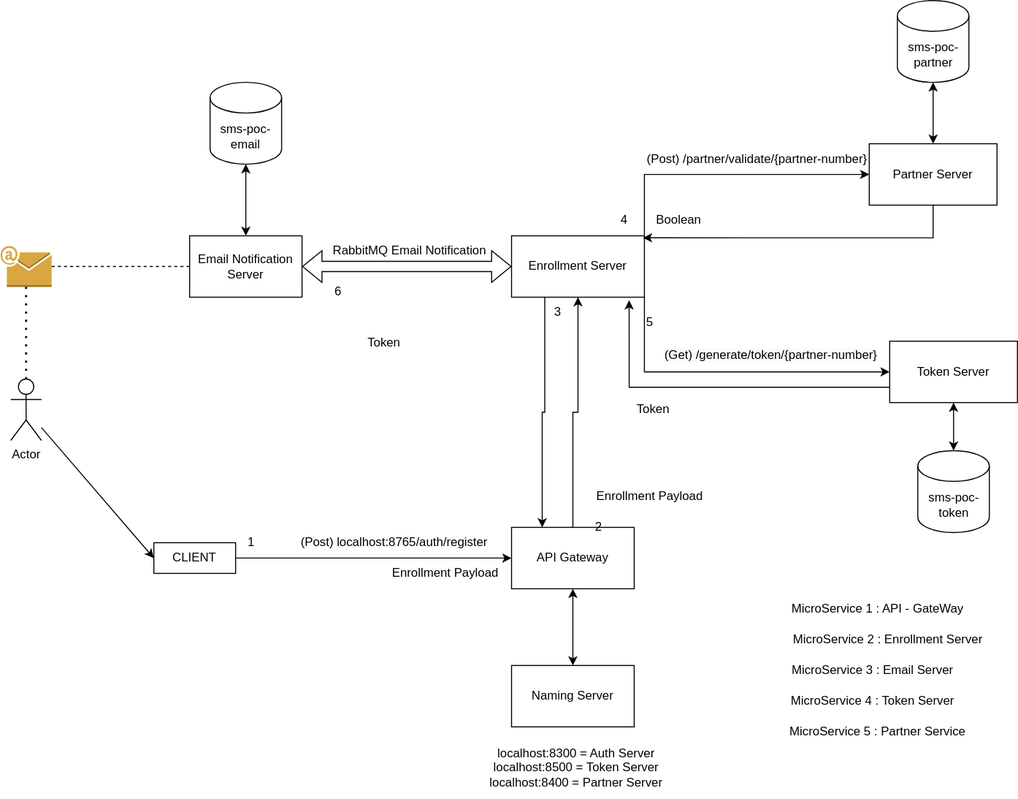
miit-netweb/SMS-POC-API-Gateway keeps this draw.io diagram as api-gateway/src/main/Untitled Diagram.drawio.svg. Above is the earlier version. Source tidied: cells renumbered, new cells last; positions are measured from the earlier drawing's top-left corner, leaving out a move shared by most shapes.
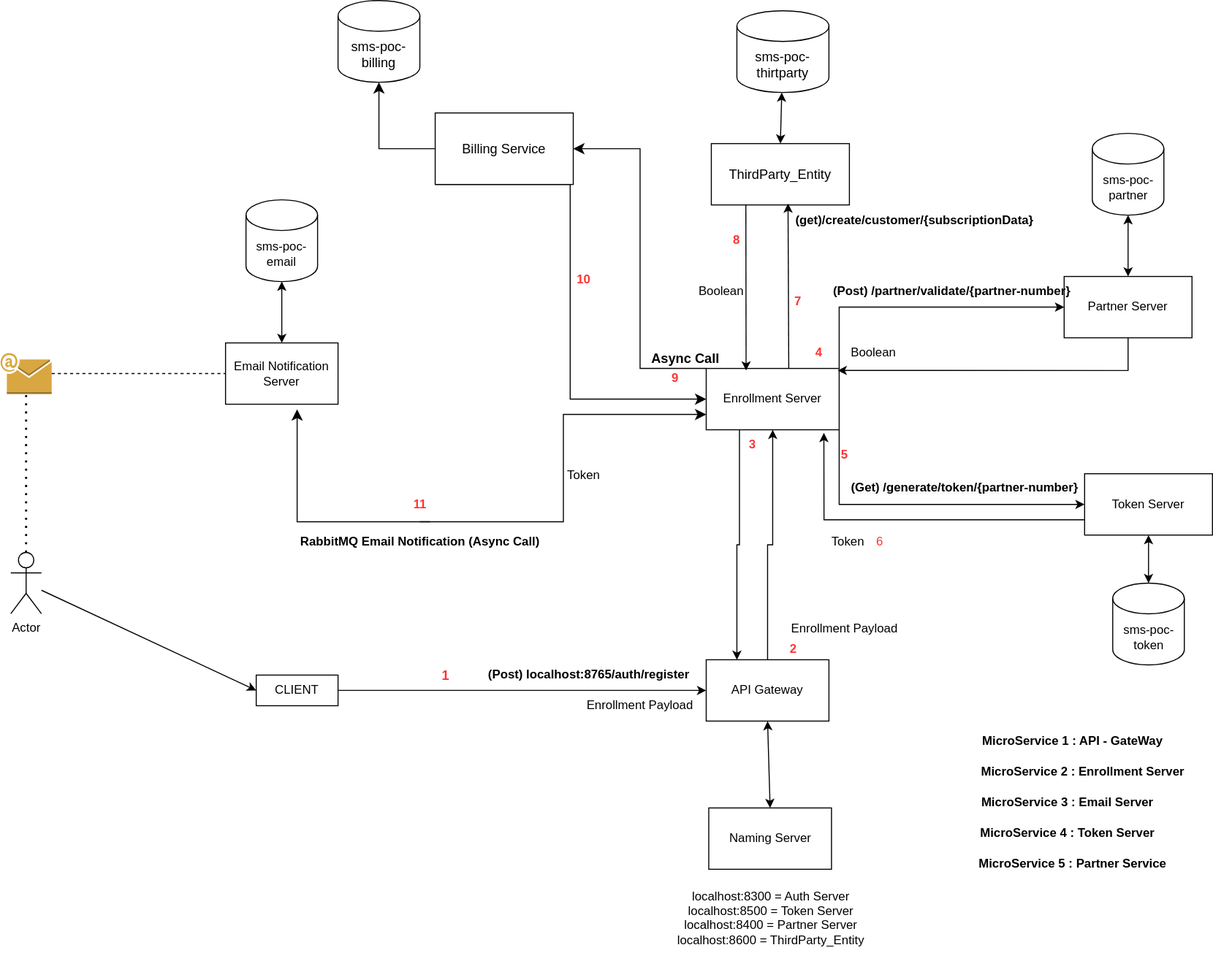
After the commit.

Diff of the diagram source:
```diff
@@ -21,10 +21,10 @@
       <mxGeometry x="500" y="230" width="130" height="60" as="geometry" />
     </mxCell>
     <mxCell id="8" value="Naming Server" style="rounded=0;whiteSpace=wrap;html=1;" parent="1" vertex="1">
-      <mxGeometry x="500" y="650" width="120" height="60" as="geometry" />
+      <mxGeometry x="502.5" y="660" width="120" height="60" as="geometry" />
     </mxCell>
     <mxCell id="9" value="Email Notification Server" style="rounded=0;whiteSpace=wrap;html=1;" parent="1" vertex="1">
-      <mxGeometry x="185" y="230" width="110" height="60" as="geometry" />
+      <mxGeometry x="30" y="205" width="110" height="60" as="geometry" />
     </mxCell>
     <mxCell id="10" style="edgeStyle=orthogonalEdgeStyle;rounded=0;jettySize=auto;html=1;entryX=0;entryY=0.5;entryDx=0;entryDy=0;exitX=1;exitY=0.5;exitDx=0;exitDy=0;" parent="1" edge="1" source="11" target="3">
       <mxGeometry relative="1" as="geometry">
@@ -35,30 +35,30 @@
       </mxGeometry>
     </mxCell>
     <mxCell id="11" value="CLIENT" style="rounded=0;whiteSpace=wrap;html=1;" parent="1" vertex="1">
-      <mxGeometry x="150" y="530" width="80" height="30" as="geometry" />
+      <mxGeometry x="60" y="530" width="80" height="30" as="geometry" />
     </mxCell>
     <mxCell id="12" style="endArrow=classic;startArrow=classic;html=1;rounded=0;entryX=0.5;entryY=1;entryDx=0;entryDy=0;exitX=0.5;exitY=0;exitDx=0;exitDy=0;" parent="1" edge="1" source="8" target="3">
       <mxGeometry relative="1" as="geometry" />
     </mxCell>
-    <mxCell id="13" value="1" style="text;html=1;align=center;verticalAlign=middle;strokeColor=none;fillColor=none;" parent="1" vertex="1">
+    <mxCell id="13" value="&lt;b&gt;&lt;font color=&quot;#ff3333&quot; style=&quot;font-size: 13px;&quot;&gt;1&lt;/font&gt;&lt;/b&gt;" style="text;html=1;align=center;verticalAlign=middle;strokeColor=none;fillColor=none;" parent="1" vertex="1">
       <mxGeometry x="230" y="515" width="30" height="30" as="geometry" />
     </mxCell>
     <mxCell id="14" value="Enrollment Payload" style="text;html=1;align=center;verticalAlign=middle;strokeColor=none;fillColor=none;" parent="1" vertex="1">
       <mxGeometry x="370" y="545" width="130" height="30" as="geometry" />
     </mxCell>
-    <mxCell id="15" value="localhost:8300 = Auth Server&lt;div&gt;localhost:8500 = Token Server&lt;/div&gt;&lt;div&gt;localhost:8400 = Partner Server&lt;/div&gt;" style="text;html=1;align=center;verticalAlign=middle;strokeColor=none;fillColor=none;" parent="1" vertex="1">
-      <mxGeometry x="467.5" y="720" width="190" height="60" as="geometry" />
+    <mxCell id="15" value="localhost:8300 = Auth Server&lt;div&gt;localhost:8500 = Token Server&lt;/div&gt;&lt;div&gt;localhost:8400 = Partner Server&lt;/div&gt;&lt;div&gt;localhost:8600 = ThirdParty_Entity&lt;/div&gt;&lt;div&gt;&amp;nbsp;&lt;/div&gt;" style="text;html=1;align=center;verticalAlign=middle;strokeColor=none;fillColor=none;" parent="1" vertex="1">
+      <mxGeometry x="457.5" y="730" width="210" height="90" as="geometry" />
     </mxCell>
-    <mxCell id="16" value="(Post) localhost:8765/auth/register" style="text;html=1;align=center;verticalAlign=middle;strokeColor=none;fillColor=none;" parent="1" vertex="1">
-      <mxGeometry x="280" y="515" width="210" height="30" as="geometry" />
+    <mxCell id="16" value="&lt;b&gt;(Post) localhost:8765/auth/register&lt;/b&gt;" style="text;html=1;align=center;verticalAlign=middle;strokeColor=none;fillColor=none;" parent="1" vertex="1">
+      <mxGeometry x="275" y="515" width="220" height="30" as="geometry" />
     </mxCell>
-    <mxCell id="17" value="2" style="text;html=1;align=center;verticalAlign=middle;strokeColor=none;fillColor=none;" parent="1" vertex="1">
-      <mxGeometry x="570" y="500" width="30" height="30" as="geometry" />
+    <mxCell id="17" value="&lt;b&gt;&lt;font color=&quot;#ff3333&quot;&gt;2&lt;/font&gt;&lt;/b&gt;" style="text;html=1;align=center;verticalAlign=middle;strokeColor=none;fillColor=none;" parent="1" vertex="1">
+      <mxGeometry x="570" y="490" width="30" height="30" as="geometry" />
     </mxCell>
     <mxCell id="18" value="Enrollment Payload" style="text;html=1;align=center;verticalAlign=middle;strokeColor=none;fillColor=none;" parent="1" vertex="1">
       <mxGeometry x="570" y="470" width="130" height="30" as="geometry" />
     </mxCell>
-    <mxCell id="19" value="3" style="text;html=1;align=center;verticalAlign=middle;strokeColor=none;fillColor=none;" parent="1" vertex="1">
+    <mxCell id="19" value="&lt;b&gt;&lt;font color=&quot;#ff3333&quot;&gt;3&lt;/font&gt;&lt;/b&gt;" style="text;html=1;align=center;verticalAlign=middle;strokeColor=none;fillColor=none;" parent="1" vertex="1">
       <mxGeometry x="530" y="290" width="30" height="30" as="geometry" />
     </mxCell>
     <mxCell id="20" value="sms-poc-partner" style="shape=cylinder3;whiteSpace=wrap;html=1;boundedLbl=1;backgroundOutline=1;size=15;" parent="1" vertex="1">
@@ -67,20 +67,14 @@
     <mxCell id="21" style="endArrow=classic;startArrow=classic;html=1;rounded=0;entryX=0.5;entryY=1;entryDx=0;entryDy=0;entryPerimeter=0;exitX=0.5;exitY=0;exitDx=0;exitDy=0;" parent="1" edge="1" source="36" target="20">
       <mxGeometry relative="1" as="geometry" />
     </mxCell>
-    <mxCell id="22" style="shape=flexArrow;endArrow=classic;startArrow=classic;html=1;rounded=0;entryX=0;entryY=0.5;entryDx=0;entryDy=0;exitX=1;exitY=0.5;exitDx=0;exitDy=0;" parent="1" edge="1" source="9" target="7">
-      <mxGeometry relative="1" as="geometry" />
-    </mxCell>
-    <mxCell id="23" value="RabbitMQ Email Notification" style="text;html=1;align=center;verticalAlign=middle;strokeColor=none;fillColor=none;" parent="1" vertex="1">
-      <mxGeometry x="315" y="230" width="170" height="30" as="geometry" />
+    <mxCell id="23" value="&lt;b&gt;&lt;font style=&quot;font-size: 12px;&quot;&gt;RabbitMQ Email Notification (Async Call)&lt;/font&gt;&lt;/b&gt;" style="text;html=1;align=center;verticalAlign=middle;strokeColor=none;fillColor=none;" parent="1" vertex="1">
+      <mxGeometry x="90" y="385" width="260" height="30" as="geometry" />
     </mxCell>
-    <mxCell id="24" value="6" style="text;html=1;align=center;verticalAlign=middle;strokeColor=none;fillColor=none;" parent="1" vertex="1">
-      <mxGeometry x="315" y="270" width="30" height="30" as="geometry" />
-    </mxCell>
     <mxCell id="25" style="outlineConnect=0;dashed=0;verticalLabelPosition=bottom;verticalAlign=top;align=center;html=1;shape=mxgraph.aws3.email;fillColor=#D9A741;gradientColor=none;" parent="1" vertex="1">
-      <mxGeometry y="240" width="50" height="40" as="geometry" />
+      <mxGeometry x="-190" y="215" width="50" height="40" as="geometry" />
     </mxCell>
     <mxCell id="26" value="Actor" style="shape=umlActor;verticalLabelPosition=bottom;verticalAlign=top;html=1;outlineConnect=0;" parent="1" vertex="1">
-      <mxGeometry x="10" y="370" width="30" height="60" as="geometry" />
+      <mxGeometry x="-180" y="410" width="30" height="60" as="geometry" />
     </mxCell>
     <mxCell id="27" style="endArrow=classic;html=1;rounded=0;entryX=0;entryY=0.5;entryDx=0;entryDy=0;" parent="1" edge="1" source="26" target="11">
       <mxGeometry relative="1" as="geometry" />
@@ -92,16 +86,16 @@
       <mxGeometry relative="1" as="geometry" />
     </mxCell>
     <mxCell id="30" value="Token" style="text;html=1;align=center;verticalAlign=middle;strokeColor=none;fillColor=none;" parent="1" vertex="1">
-      <mxGeometry x="345" y="320" width="60" height="30" as="geometry" />
+      <mxGeometry x="350" y="320" width="60" height="30" as="geometry" />
     </mxCell>
-    <mxCell id="31" value="MicroService 1 : API - GateWay" style="text;html=1;align=center;verticalAlign=middle;strokeColor=none;fillColor=none;" parent="1" vertex="1">
-      <mxGeometry x="762.5" y="580" width="190" height="30" as="geometry" />
+    <mxCell id="31" value="&lt;b&gt;MicroService 1 : API - GateWay&lt;/b&gt;" style="text;html=1;align=center;verticalAlign=middle;strokeColor=none;fillColor=none;" parent="1" vertex="1">
+      <mxGeometry x="757.5" y="580" width="200" height="30" as="geometry" />
     </mxCell>
-    <mxCell id="32" value="MicroService 2 : Enrollment Server" style="text;html=1;align=center;verticalAlign=middle;strokeColor=none;fillColor=none;" parent="1" vertex="1">
-      <mxGeometry x="762.5" y="610" width="210" height="30" as="geometry" />
+    <mxCell id="32" value="&lt;b&gt;MicroService 2 : Enrollment Server&lt;/b&gt;" style="text;html=1;align=center;verticalAlign=middle;strokeColor=none;fillColor=none;" parent="1" vertex="1">
+      <mxGeometry x="757.5" y="610" width="220" height="30" as="geometry" />
     </mxCell>
-    <mxCell id="33" value="MicroService 3 : Email Server" style="text;html=1;align=center;verticalAlign=middle;strokeColor=none;fillColor=none;" parent="1" vertex="1">
-      <mxGeometry x="762.5" y="640" width="180" height="30" as="geometry" />
+    <mxCell id="33" value="&lt;b&gt;MicroService 3 : Email Server&lt;/b&gt;" style="text;html=1;align=center;verticalAlign=middle;strokeColor=none;fillColor=none;" parent="1" vertex="1">
+      <mxGeometry x="757.5" y="640" width="190" height="30" as="geometry" />
     </mxCell>
     <mxCell id="34" style="edgeStyle=orthogonalEdgeStyle;rounded=0;jettySize=auto;html=1;exitX=0;exitY=0.75;exitDx=0;exitDy=0;entryX=0.885;entryY=1.05;entryDx=0;entryDy=0;entryPerimeter=0;" parent="1" edge="1" source="35" target="7">
       <mxGeometry relative="1" as="geometry" />
@@ -112,10 +106,10 @@
     <mxCell id="36" value="Partner Server" style="rounded=0;whiteSpace=wrap;html=1;" parent="1" vertex="1">
       <mxGeometry x="850" y="140" width="125" height="60" as="geometry" />
     </mxCell>
-    <mxCell id="37" value="(Post) /partner/validate/{partner-number}" style="text;html=1;align=center;verticalAlign=middle;strokeColor=none;fillColor=none;" parent="1" vertex="1">
-      <mxGeometry x="620" y="140" width="240" height="30" as="geometry" />
+    <mxCell id="37" value="&lt;b&gt;(Post) /partner/validate/{partner-number}&lt;/b&gt;" style="text;html=1;align=center;verticalAlign=middle;strokeColor=none;fillColor=none;" parent="1" vertex="1">
+      <mxGeometry x="610" y="140" width="260" height="30" as="geometry" />
     </mxCell>
-    <mxCell id="38" value="4" style="text;html=1;align=center;verticalAlign=middle;points=[];strokeColor=none;fillColor=none;" parent="1" vertex="1">
+    <mxCell id="38" value="&lt;b&gt;&lt;font color=&quot;#ff3333&quot;&gt;4&lt;/font&gt;&lt;/b&gt;" style="text;html=1;align=center;verticalAlign=middle;points=[];strokeColor=none;fillColor=none;" parent="1" vertex="1">
       <mxGeometry x="595" y="200" width="30" height="30" as="geometry" />
     </mxCell>
     <mxCell id="39" style="edgeStyle=orthogonalEdgeStyle;rounded=0;jettySize=auto;html=1;exitX=0.5;exitY=1;exitDx=0;exitDy=0;entryX=1.118;entryY=1.065;entryDx=0;entryDy=0;entryPerimeter=0;" parent="1" edge="1" source="36" target="38">
@@ -124,11 +118,11 @@
     <mxCell id="40" value="Boolean&amp;nbsp;" style="text;html=1;align=center;verticalAlign=middle;strokeColor=none;fillColor=none;" parent="1" vertex="1">
       <mxGeometry x="630" y="200" width="70" height="30" as="geometry" />
     </mxCell>
-    <mxCell id="41" value="5" style="text;html=1;align=center;verticalAlign=middle;strokeColor=none;fillColor=none;" parent="1" vertex="1">
+    <mxCell id="41" value="&lt;b&gt;&lt;font color=&quot;#ff3333&quot;&gt;5&lt;/font&gt;&lt;/b&gt;" style="text;html=1;align=center;verticalAlign=middle;strokeColor=none;fillColor=none;" parent="1" vertex="1">
       <mxGeometry x="620" y="300" width="30" height="30" as="geometry" />
     </mxCell>
-    <mxCell id="42" value="&lt;span style=&quot;color: rgb(0, 0, 0); font-family: Helvetica; font-size: 12px; font-style: normal; font-variant-ligatures: normal; font-variant-caps: normal; font-weight: 400; letter-spacing: normal; orphans: 2; text-align: center; text-indent: 0px; text-transform: none; widows: 2; word-spacing: 0px; -webkit-text-stroke-width: 0px; white-space: nowrap; background-color: rgb(251, 251, 251); text-decoration-thickness: initial; text-decoration-style: initial; text-decoration-color: initial; display: inline !important; float: none;&quot;&gt;(Get) /generate/token/{partner-number}&lt;/span&gt;" style="text;whiteSpace=wrap;html=1;" parent="1" vertex="1">
-      <mxGeometry x="647.5" y="333" width="250" height="40" as="geometry" />
+    <mxCell id="42" value="&lt;span style=&quot;color: rgb(0, 0, 0); font-family: Helvetica; font-size: 12px; font-style: normal; font-variant-ligatures: normal; font-variant-caps: normal; letter-spacing: normal; orphans: 2; text-align: center; text-indent: 0px; text-transform: none; widows: 2; word-spacing: 0px; -webkit-text-stroke-width: 0px; white-space: nowrap; background-color: rgb(251, 251, 251); text-decoration-thickness: initial; text-decoration-style: initial; text-decoration-color: initial; float: none; display: inline !important;&quot;&gt;&lt;b&gt;(Get) /generate/token/{partner-number}&lt;/b&gt;&lt;/span&gt;" style="text;whiteSpace=wrap;html=1;" parent="1" vertex="1">
+      <mxGeometry x="640" y="333" width="257.5" height="40" as="geometry" />
     </mxCell>
     <mxCell id="43" value="sms-poc-token" style="shape=cylinder3;whiteSpace=wrap;html=1;boundedLbl=1;backgroundOutline=1;size=15;" parent="1" vertex="1">
       <mxGeometry x="897.5" y="440" width="70" height="80" as="geometry" />
@@ -139,17 +133,90 @@
     <mxCell id="45" value="Token&amp;nbsp;" style="text;html=1;align=center;verticalAlign=middle;strokeColor=none;fillColor=none;" parent="1" vertex="1">
       <mxGeometry x="610" y="385" width="60" height="30" as="geometry" />
     </mxCell>
-    <mxCell id="46" value="MicroService 4 : Token Server" style="text;html=1;align=center;verticalAlign=middle;strokeColor=none;fillColor=none;" parent="1" vertex="1">
-      <mxGeometry x="762.5" y="670" width="180" height="30" as="geometry" />
+    <mxCell id="46" value="&lt;b&gt;MicroService 4 : Token Server&lt;/b&gt;" style="text;html=1;align=center;verticalAlign=middle;strokeColor=none;fillColor=none;" parent="1" vertex="1">
+      <mxGeometry x="757.5" y="670" width="190" height="30" as="geometry" />
     </mxCell>
-    <mxCell id="47" value="MicroService 5 : Partner Service" style="text;html=1;align=center;verticalAlign=middle;strokeColor=none;fillColor=none;" parent="1" vertex="1">
-      <mxGeometry x="757.5" y="700" width="200" height="30" as="geometry" />
+    <mxCell id="47" value="&lt;b&gt;MicroService 5 : Partner Service&lt;/b&gt;" style="text;html=1;align=center;verticalAlign=middle;strokeColor=none;fillColor=none;" parent="1" vertex="1">
+      <mxGeometry x="752.5" y="700" width="210" height="30" as="geometry" />
     </mxCell>
     <mxCell id="48" value="sms-poc-email" style="shape=cylinder3;whiteSpace=wrap;html=1;boundedLbl=1;backgroundOutline=1;size=15;" parent="1" vertex="1">
-      <mxGeometry x="205" y="80" width="70" height="80" as="geometry" />
+      <mxGeometry x="50" y="65" width="70" height="80" as="geometry" />
     </mxCell>
     <mxCell id="49" style="endArrow=classic;startArrow=classic;html=1;rounded=0;entryX=0.5;entryY=1;entryDx=0;entryDy=0;entryPerimeter=0;exitX=0.5;exitY=0;exitDx=0;exitDy=0;" parent="1" edge="1" source="9" target="48">
       <mxGeometry relative="1" as="geometry" />
     </mxCell>
+    <mxCell id="50" value="&lt;font style=&quot;font-size: 13px;&quot;&gt;ThirdParty_Entity&lt;/font&gt;" style="rounded=0;whiteSpace=wrap;html=1;" parent="1" vertex="1">
+      <mxGeometry x="505" y="10" width="135" height="60" as="geometry" />
+    </mxCell>
+    <mxCell id="51" style="endArrow=classic;startArrow=classic;html=1;rounded=0;exitX=0.5;exitY=0;exitDx=0;exitDy=0;" parent="1" edge="1" source="50" target="52">
+      <mxGeometry relative="1" as="geometry" />
+    </mxCell>
+    <mxCell id="52" value="&lt;font style=&quot;font-size: 13px;&quot;&gt;sms-poc-thirtparty&lt;/font&gt;" style="shape=cylinder3;whiteSpace=wrap;html=1;boundedLbl=1;backgroundOutline=1;size=15;" parent="1" vertex="1">
+      <mxGeometry x="530" y="-120" width="90" height="80" as="geometry" />
+    </mxCell>
+    <mxCell id="53" style="endArrow=classic;html=1;rounded=0;entryX=0.402;entryY=0.944;entryDx=0;entryDy=0;entryPerimeter=0;" parent="1" edge="1">
+      <mxGeometry relative="1" as="geometry">
+        <mxPoint x="580.7" y="230" as="sourcePoint" />
+        <mxPoint x="580" y="68.6" as="targetPoint" />
+      </mxGeometry>
+    </mxCell>
+    <mxCell id="24" value="&lt;font color=&quot;#ff3333&quot;&gt;6&lt;/font&gt;" style="text;html=1;align=center;verticalAlign=middle;whiteSpace=wrap;rounded=0;" parent="1" vertex="1">
+      <mxGeometry x="640" y="385" width="60" height="30" as="geometry" />
+    </mxCell>
+    <mxCell id="54" value="&lt;b&gt;&lt;font color=&quot;#ff3333&quot;&gt;7&lt;/font&gt;&lt;/b&gt;" style="text;html=1;align=center;verticalAlign=middle;whiteSpace=wrap;rounded=0;" parent="1" vertex="1">
+      <mxGeometry x="560" y="150" width="60" height="30" as="geometry" />
+    </mxCell>
+    <mxCell id="55" value="&lt;b&gt;(get)/create/customer/{subscriptionData}&lt;/b&gt;" style="text;html=1;align=center;verticalAlign=middle;whiteSpace=wrap;rounded=0;rotation=0;" parent="1" vertex="1">
+      <mxGeometry x="690" y="70" width="27.5" height="30" as="geometry" />
+    </mxCell>
+    <mxCell id="56" style="endArrow=classic;html=1;rounded=0;exitX=0.25;exitY=1;exitDx=0;exitDy=0;" parent="1" edge="1" source="50">
+      <mxGeometry relative="1" as="geometry">
+        <mxPoint x="539" y="232" as="targetPoint" />
+      </mxGeometry>
+    </mxCell>
+    <mxCell id="57" value="&lt;b&gt;&lt;font color=&quot;#ff3333&quot;&gt;8&lt;/font&gt;&lt;/b&gt;" style="text;html=1;align=center;verticalAlign=middle;whiteSpace=wrap;rounded=0;" parent="1" vertex="1">
+      <mxGeometry x="490" y="90" width="80" height="30" as="geometry" />
+    </mxCell>
+    <mxCell id="58" value="Boolean" style="text;html=1;align=center;verticalAlign=middle;whiteSpace=wrap;rounded=0;" parent="1" vertex="1">
+      <mxGeometry x="485" y="140" width="60" height="30" as="geometry" />
+    </mxCell>
+    <mxCell id="59" style="edgeStyle=elbowEdgeStyle;elbow=horizontal;endArrow=classic;html=1;curved=0;rounded=0;endSize=8;startSize=8;exitX=0;exitY=0;exitDx=0;exitDy=0;entryX=1;entryY=0.5;entryDx=0;entryDy=0;" parent="1" edge="1" source="7" target="61">
+      <mxGeometry relative="1" as="geometry" />
+    </mxCell>
+    <mxCell id="60" value="&lt;b&gt;&lt;font color=&quot;#ff3333&quot;&gt;9&lt;/font&gt;&lt;/b&gt;" style="text;html=1;align=center;verticalAlign=middle;whiteSpace=wrap;rounded=0;" parent="1" vertex="1">
+      <mxGeometry x="440" y="215" width="60" height="50" as="geometry" />
+    </mxCell>
+    <mxCell id="61" value="&lt;font style=&quot;font-size: 13px;&quot;&gt;Billing Service&lt;/font&gt;" style="rounded=0;whiteSpace=wrap;html=1;" parent="1" vertex="1">
+      <mxGeometry x="235" y="-20" width="135" height="70" as="geometry" />
+    </mxCell>
+    <mxCell id="62" style="edgeStyle=segmentEdgeStyle;endArrow=classic;html=1;curved=0;rounded=0;endSize=8;startSize=8;exitX=0;exitY=0.5;exitDx=0;exitDy=0;" parent="1" edge="1" source="61" target="63">
+      <mxGeometry relative="1" as="geometry" />
+    </mxCell>
+    <mxCell id="63" value="&lt;font style=&quot;font-size: 13px;&quot;&gt;sms-poc-billing&lt;/font&gt;" style="shape=cylinder3;whiteSpace=wrap;html=1;boundedLbl=1;backgroundOutline=1;size=15;" parent="1" vertex="1">
+      <mxGeometry x="140" y="-130" width="80" height="80" as="geometry" />
+    </mxCell>
+    <mxCell id="64" style="edgeStyle=elbowEdgeStyle;elbow=horizontal;endArrow=classic;html=1;curved=0;rounded=0;endSize=8;startSize=8;entryX=0;entryY=0.5;entryDx=0;entryDy=0;exitX=0;exitY=1;exitDx=0;exitDy=0;" parent="1" edge="1" source="61" target="7">
+      <mxGeometry relative="1" as="geometry" />
+    </mxCell>
+    <mxCell id="65" value="&lt;b&gt;&lt;font color=&quot;#ff3333&quot;&gt;10&lt;/font&gt;&lt;/b&gt;" style="text;html=1;align=center;verticalAlign=middle;strokeColor=none;fillColor=none;" parent="1" vertex="1">
+      <mxGeometry x="360" y="128" width="40" height="30" as="geometry" />
+    </mxCell>
+    <mxCell id="66" value="&lt;b&gt;&lt;font style=&quot;font-size: 13px;&quot;&gt;Async Call&lt;/font&gt;&lt;/b&gt;" style="text;html=1;align=center;verticalAlign=middle;whiteSpace=wrap;rounded=0;rotation=0;" parent="1" vertex="1">
+      <mxGeometry x="430" y="205" width="100" height="30" as="geometry" />
+    </mxCell>
+    <mxCell id="67" style="edgeStyle=segmentEdgeStyle;endArrow=classic;html=1;curved=0;rounded=0;endSize=8;startSize=8;" parent="1" edge="1">
+      <mxGeometry relative="1" as="geometry">
+        <mxPoint x="230" y="380" as="sourcePoint" />
+        <mxPoint x="100" y="270" as="targetPoint" />
+      </mxGeometry>
+    </mxCell>
+    <mxCell id="68" style="edgeStyle=elbowEdgeStyle;elbow=horizontal;endArrow=classic;html=1;curved=0;rounded=0;endSize=8;startSize=8;entryX=0;entryY=0.75;entryDx=0;entryDy=0;" parent="1" edge="1" target="7">
+      <mxGeometry relative="1" as="geometry">
+        <mxPoint x="220" y="380" as="sourcePoint" />
+      </mxGeometry>
+    </mxCell>
+    <mxCell id="69" value="&lt;b&gt;&lt;font color=&quot;#ff3333&quot;&gt;11&lt;/font&gt;&lt;/b&gt;" style="text;html=1;align=center;verticalAlign=middle;strokeColor=none;fillColor=none;" parent="1" vertex="1">
+      <mxGeometry x="200" y="348" width="40" height="30" as="geometry" />
+    </mxCell>
   </root>
 </mxGraphModel>
```
